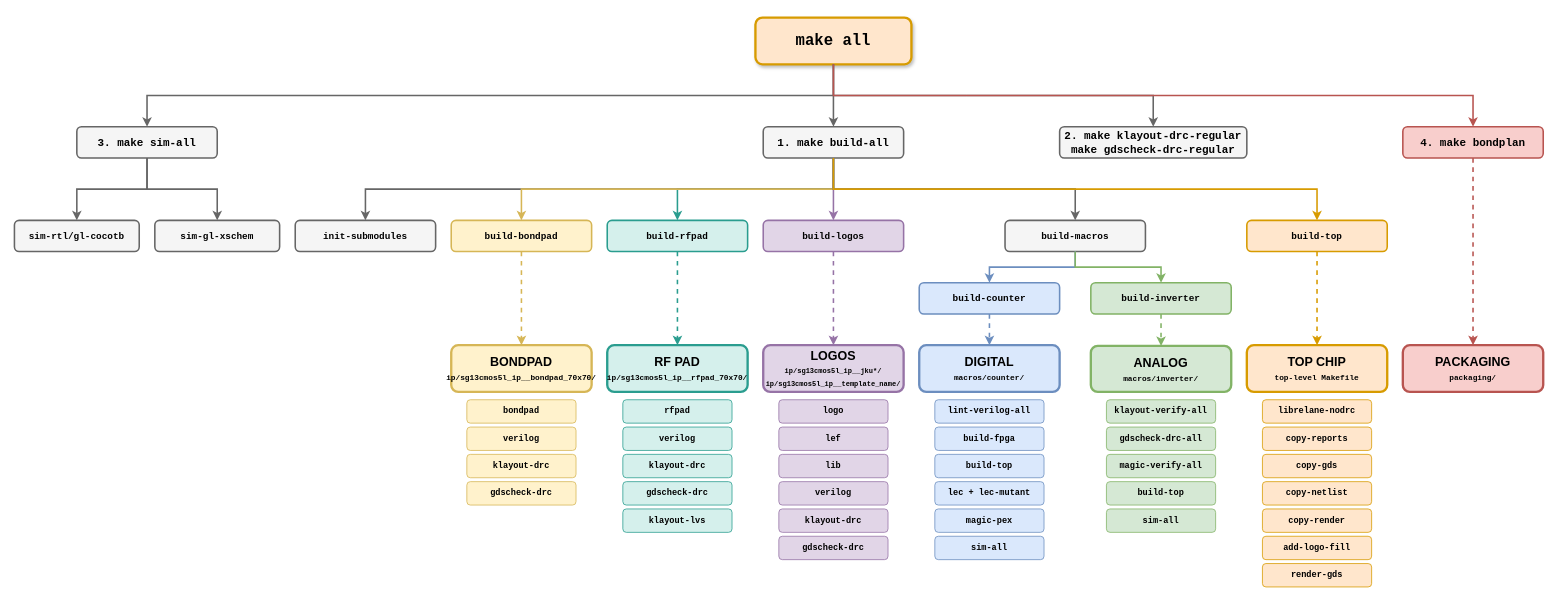
Before: tutorial/fig/targets_overview/targets_overview.drawio in iic-jku/ihp-sg13cmos5l-ams-chip-template, a draw.io diagram. Source tidied: cells renumbered, new cells numbered last; positions are measured from the earlier drawing's top-left corner, leaving out a move shared by most shapes. Both pictures are drawn from the tidied source at 78%, with x=0, y=0 at pixel (14, 17).
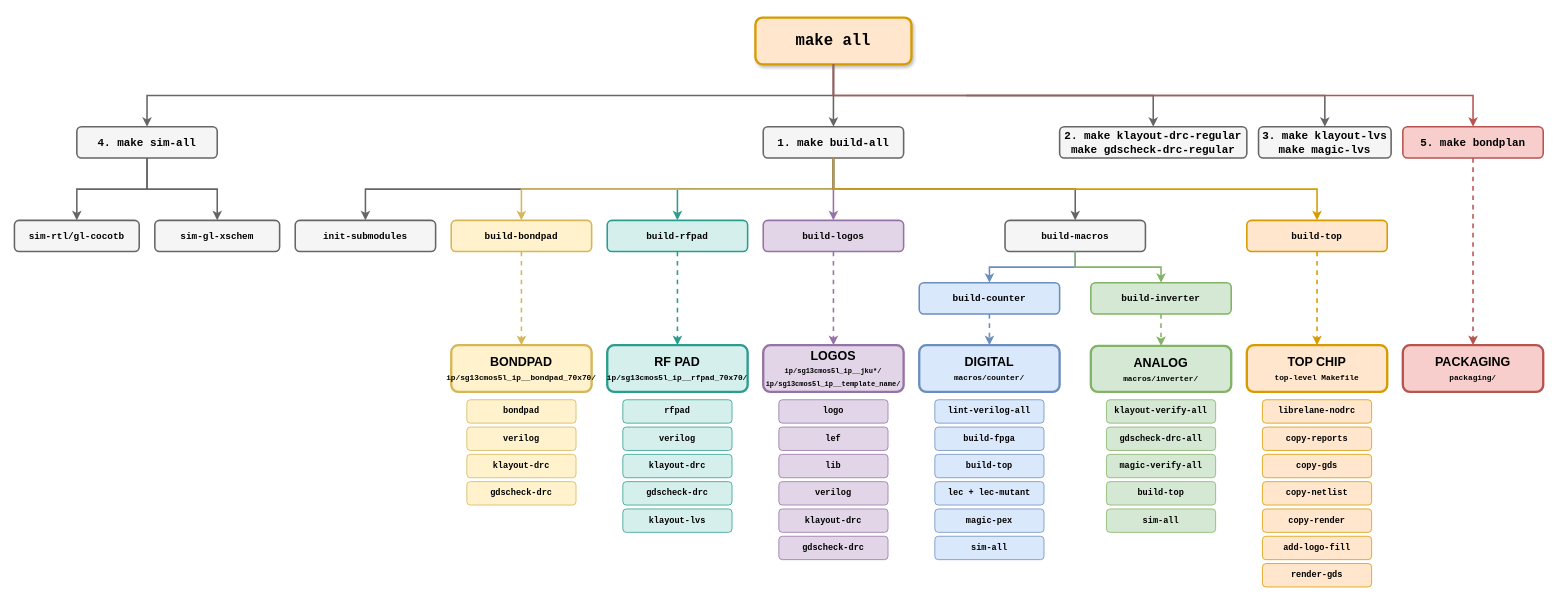
Above is the later version.

The edit, as a diff of the source:
```diff
@@
-    <mxCell id="3" value="&lt;font face=&quot;Courier New&quot;&gt;&lt;b&gt;3. make sim-all&lt;/b&gt;&lt;/font&gt;" style="rounded=1;whiteSpace=wrap;html=1;fontSize=14;fillColor=#f5f5f5;strokeColor=#666666;strokeWidth=2;fontStyle=1;verticalAlign=middle;sketch=0;" parent="1" vertex="1">
+    <mxCell id="3" value="&lt;font face=&quot;Courier New&quot;&gt;&lt;b&gt;4. make sim-all&lt;/b&gt;&lt;/font&gt;" style="rounded=1;whiteSpace=wrap;html=1;fontSize=14;fillColor=#f5f5f5;strokeColor=#666666;strokeWidth=2;fontStyle=1;verticalAlign=middle;sketch=0;" parent="1" vertex="1">
       <mxGeometry x="80" y="140" width="180" height="40" as="geometry" />
     </mxCell>
@@
+    <mxCell id="78" value="&lt;font face=&quot;Courier New&quot;&gt;&lt;b&gt;3. make klayout-lvs&lt;br&gt;make magic-lvs&lt;/b&gt;&lt;/font&gt;" style="rounded=1;whiteSpace=wrap;html=1;fontSize=14;fillColor=#f5f5f5;strokeColor=#666666;strokeWidth=2;fontStyle=1;verticalAlign=middle;sketch=0;" parent="1" vertex="1">
+      <mxGeometry x="1595" y="140" width="170" height="40" as="geometry" />
+    </mxCell>
@@
-    <mxCell id="24" value="&lt;font face=&quot;Courier New&quot;&gt;&lt;b&gt;4. make bondplan&lt;/b&gt;&lt;/font&gt;" style="rounded=1;whiteSpace=wrap;html=1;fontSize=14;fillColor=#f8cecc;strokeColor=#b85450;strokeWidth=2;fontStyle=1;verticalAlign=middle;sketch=0;" parent="1" vertex="1">
+    <mxCell id="24" value="&lt;font face=&quot;Courier New&quot;&gt;&lt;b&gt;5. make bondplan&lt;/b&gt;&lt;/font&gt;" style="rounded=1;whiteSpace=wrap;html=1;fontSize=14;fillColor=#f8cecc;strokeColor=#b85450;strokeWidth=2;fontStyle=1;verticalAlign=middle;sketch=0;" parent="1" vertex="1">
       <mxGeometry x="1780" y="140" width="180" height="40" as="geometry" />
     </mxCell>
@@
+    <mxCell id="79" style="edgeStyle=orthogonalEdgeStyle;rounded=0;jettySize=auto;html=1;strokeColor=#666666;strokeWidth=2;endArrow=classic;endFill=1;entryX=0.5;entryY=0;entryDx=0;entryDy=0;" parent="1" edge="1" target="78">
+      <mxGeometry relative="1" as="geometry">
+        <mxPoint x="1220" y="100" as="sourcePoint" />
+        <Array as="points">
+          <mxPoint x="1680" y="100" />
+        </Array>
+      </mxGeometry>
+    </mxCell>
```
